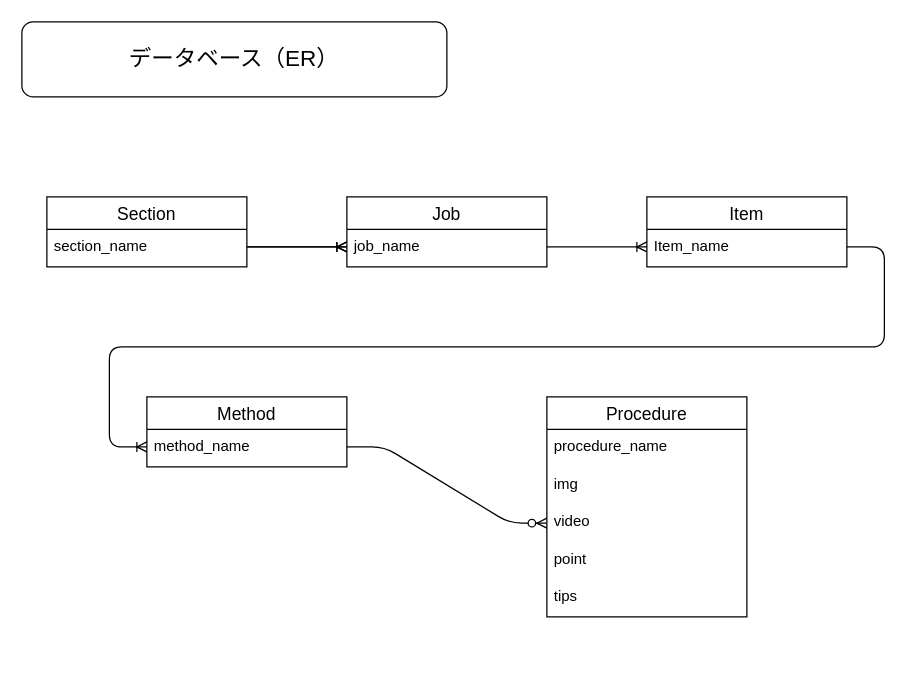
The draw.io diagram page "ページ2" (2 of 2) of db_er.drawio in kbr1009/manual_app, before the edit. Source tidied: cells renumbered, new cells numbered last; positions are measured from the earlier drawing's top-left corner, leaving out a move shared by most shapes. Both pictures are drawn from the tidied source at 125%, with x=0, y=0 at pixel (21, 21).
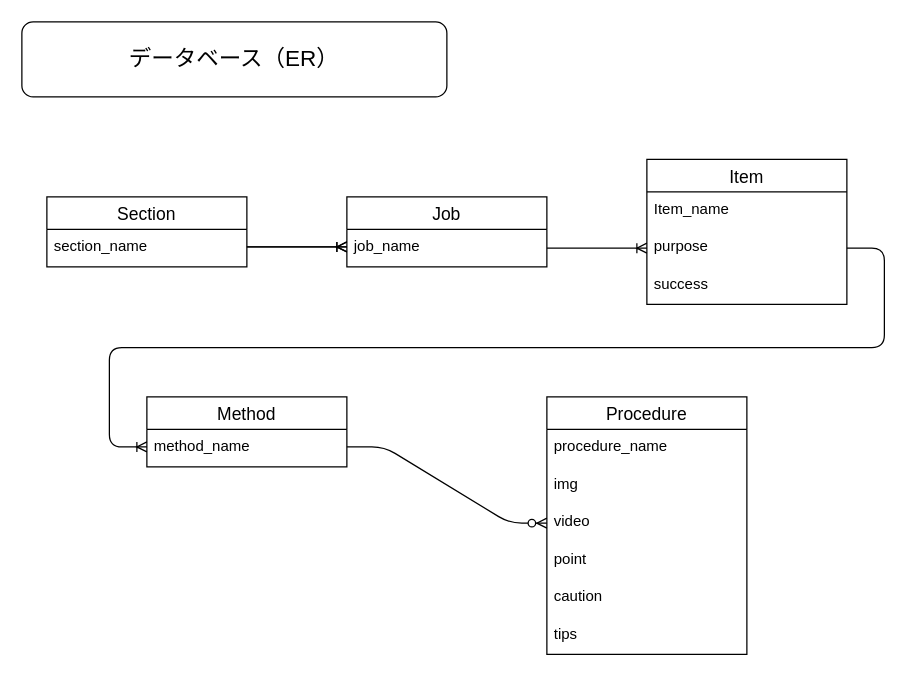
Above is the later version.

The change refers to these unchanged cells:
```xml
<mxCell id="7" value="job_name" style="text;strokeColor=none;fillColor=none;spacingLeft=4;spacingRight=4;overflow=hidden;points=[[0,0.5],[1,0.5]];portConstraint=eastwest;fontSize=12;" parent="6" vertex="1">
  <mxGeometry y="26" width="160" height="30" as="geometry" />
</mxCell>
```

Diff of the diagram source:
```diff
@@
     <mxCell id="8" value="Procedure" style="swimlane;fontStyle=0;horizontal=1;startSize=26;align=center;fontSize=14;" parent="1" vertex="1">
-      <mxGeometry x="420" y="300" width="160" height="176" as="geometry" />
+      <mxGeometry x="420" y="300" width="160" height="206" as="geometry" />
     </mxCell>
@@
+    <mxCell id="22" value="caution" style="text;strokeColor=none;fillColor=none;spacingLeft=4;spacingRight=4;overflow=hidden;fontSize=12;" parent="8" vertex="1">
+      <mxGeometry y="146" width="160" height="30" as="geometry" />
+    </mxCell>
     <mxCell id="13" value="tips" style="text;strokeColor=none;fillColor=none;spacingLeft=4;spacingRight=4;overflow=hidden;fontSize=12;" parent="8" vertex="1">
-      <mxGeometry y="146" width="160" height="30" as="geometry" />
+      <mxGeometry y="176" width="160" height="30" as="geometry" />
     </mxCell>
     <mxCell id="14" value="Item" style="swimlane;fontStyle=0;horizontal=1;startSize=26;align=center;fontSize=14;" parent="1" vertex="1">
-      <mxGeometry x="500" y="140" width="160" height="56" as="geometry" />
+      <mxGeometry x="500" y="110" width="160" height="116" as="geometry" />
     </mxCell>
@@
+    <mxCell id="23" value="purpose" style="text;strokeColor=none;fillColor=none;spacingLeft=4;spacingRight=4;overflow=hidden;points=[[0,0.5],[1,0.5]];portConstraint=eastwest;fontSize=12;" parent="14" vertex="1">
+      <mxGeometry y="56" width="160" height="30" as="geometry" />
+    </mxCell>
+    <mxCell id="24" value="success" style="text;strokeColor=none;fillColor=none;spacingLeft=4;spacingRight=4;overflow=hidden;fontSize=12;" parent="14" vertex="1">
+      <mxGeometry y="86" width="160" height="30" as="geometry" />
+    </mxCell>
@@
-    <mxCell id="19" style="edgeStyle=entityRelationEdgeStyle;fontSize=12;html=1;endArrow=ERoneToMany;" parent="1" edge="1">
-      <mxGeometry relative="1" as="geometry">
-        <mxPoint x="420" y="180" as="sourcePoint" />
-        <mxPoint x="500" y="180" as="targetPoint" />
-      </mxGeometry>
+    <mxCell id="19" style="edgeStyle=entityRelationEdgeStyle;fontSize=12;html=1;endArrow=ERoneToMany;entryX=0;entryY=0.5;entryDx=0;entryDy=0;exitX=1;exitY=0.5;exitDx=0;exitDy=0;" parent="1" edge="1" source="7" target="23">
+      <mxGeometry relative="1" as="geometry" />
     </mxCell>
-    <mxCell id="20" style="edgeStyle=entityRelationEdgeStyle;fontSize=12;html=1;endArrow=ERoneToMany;" parent="1" edge="1">
+    <mxCell id="20" style="edgeStyle=entityRelationEdgeStyle;fontSize=12;html=1;endArrow=ERoneToMany;exitX=1;exitY=0.5;exitDx=0;exitDy=0;" parent="1" edge="1" source="23">
       <mxGeometry relative="1" as="geometry">
-        <mxPoint x="660" y="180" as="sourcePoint" />
         <mxPoint x="100" y="340" as="targetPoint" />
       </mxGeometry>
     </mxCell>
```
